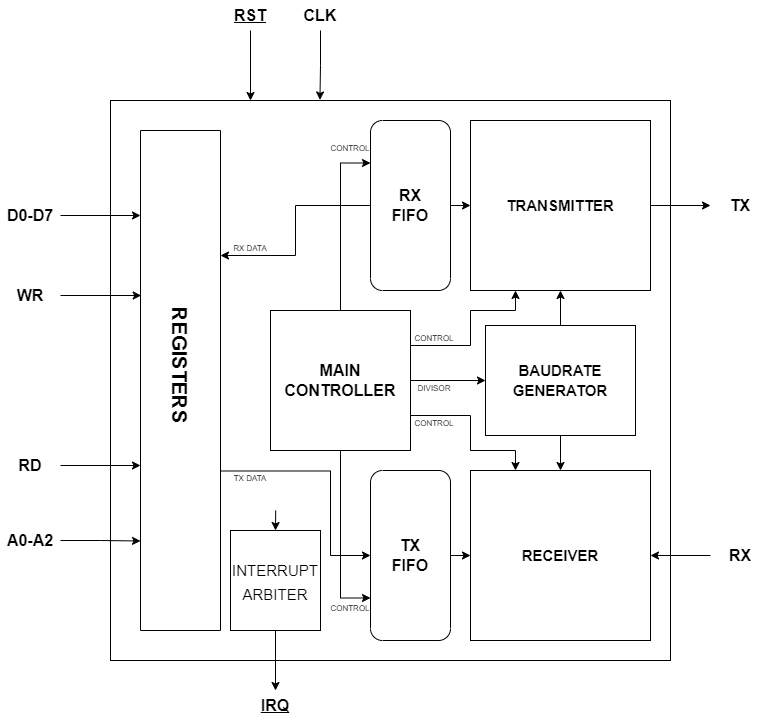
The draw.io diagram Images/BlockDiagram.png in GabbedT/UART-Controller, before a commit. Source tidied: cells renumbered, new cells last; positions are measured from the earlier drawing's top-left corner, leaving out a move shared by most shapes.
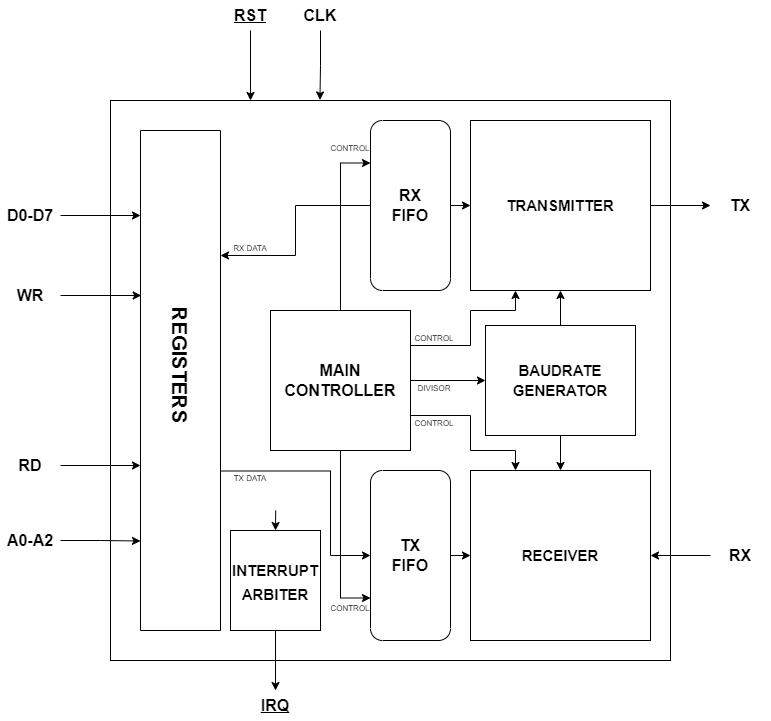
The same diagram one commit later.

Diff of the diagram source:
```diff
@@ -134,7 +134,7 @@
     <mxCell id="38" style="rounded=0;whiteSpace=wrap;html=1;fontSize=20;" parent="1" vertex="1">
       <mxGeometry x="230" y="530" width="90" height="100" as="geometry" />
     </mxCell>
-    <mxCell id="39" value="&lt;font style=&quot;font-size: 15px;&quot;&gt;INTERRUPT ARBITER&lt;/font&gt;" style="text;html=1;strokeColor=none;fillColor=none;align=center;verticalAlign=middle;whiteSpace=wrap;rounded=0;fontSize=20;" parent="1" vertex="1">
+    <mxCell id="39" value="&lt;font style=&quot;font-size: 15px;&quot;&gt;&lt;b&gt;INTERRUPT ARBITER&lt;/b&gt;&lt;/font&gt;" style="text;html=1;strokeColor=none;fillColor=none;align=center;verticalAlign=middle;whiteSpace=wrap;rounded=0;fontSize=20;" parent="1" vertex="1">
       <mxGeometry x="245" y="565" width="60" height="30" as="geometry" />
     </mxCell>
     <mxCell id="40" style="endArrow=classic;html=1;rounded=0;fontSize=15;entryX=0.5;entryY=0;entryDx=0;entryDy=0;exitX=0.295;exitY=0.732;exitDx=0;exitDy=0;exitPerimeter=0;" parent="1" edge="1" source="2" target="38">
```
